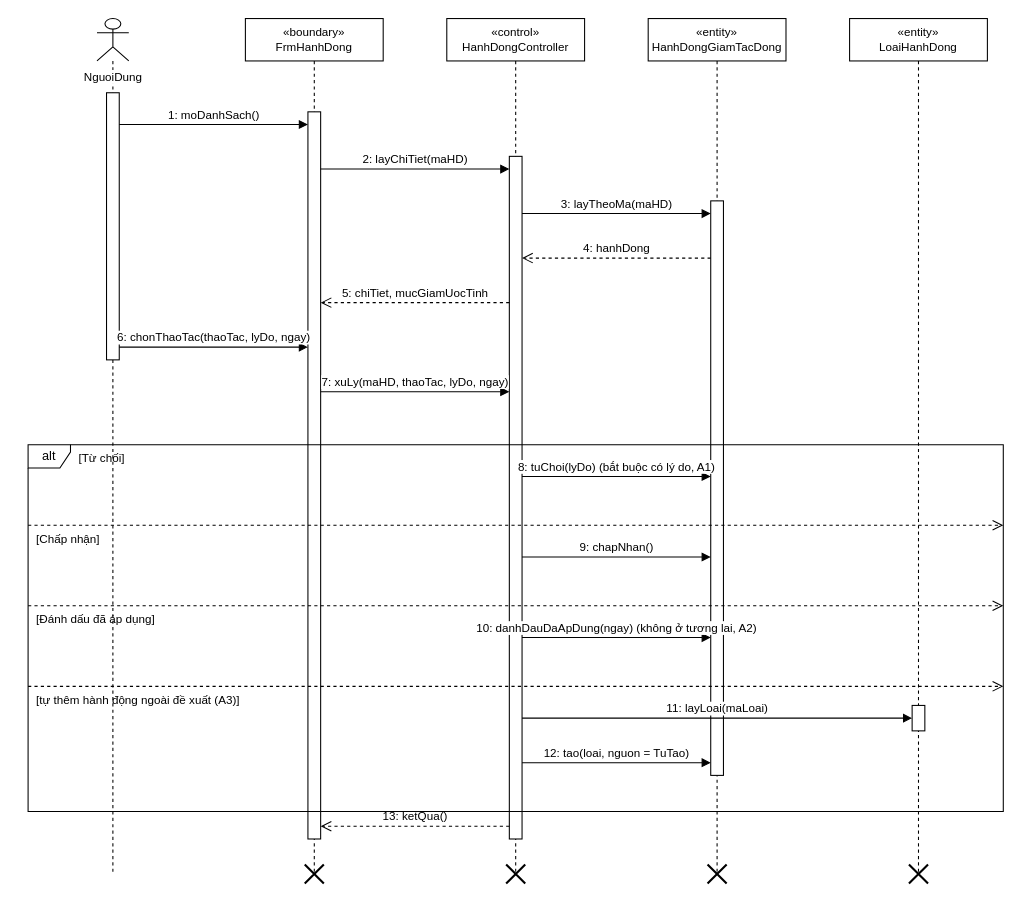
Above: docs/diagrams/03_TuanTu/UC_GD_018_Sequence_QuanLyHanhDong.drawio in TranThienNhan8279/GreenDash (draw.io), before the change. Source tidied: cells renumbered, new cells numbered last; positions are measured from the earlier drawing's top-left corner, leaving out a move shared by most shapes. Both pictures are drawn from the tidied source at 106%, with x=0, y=0 at pixel (28, 18).
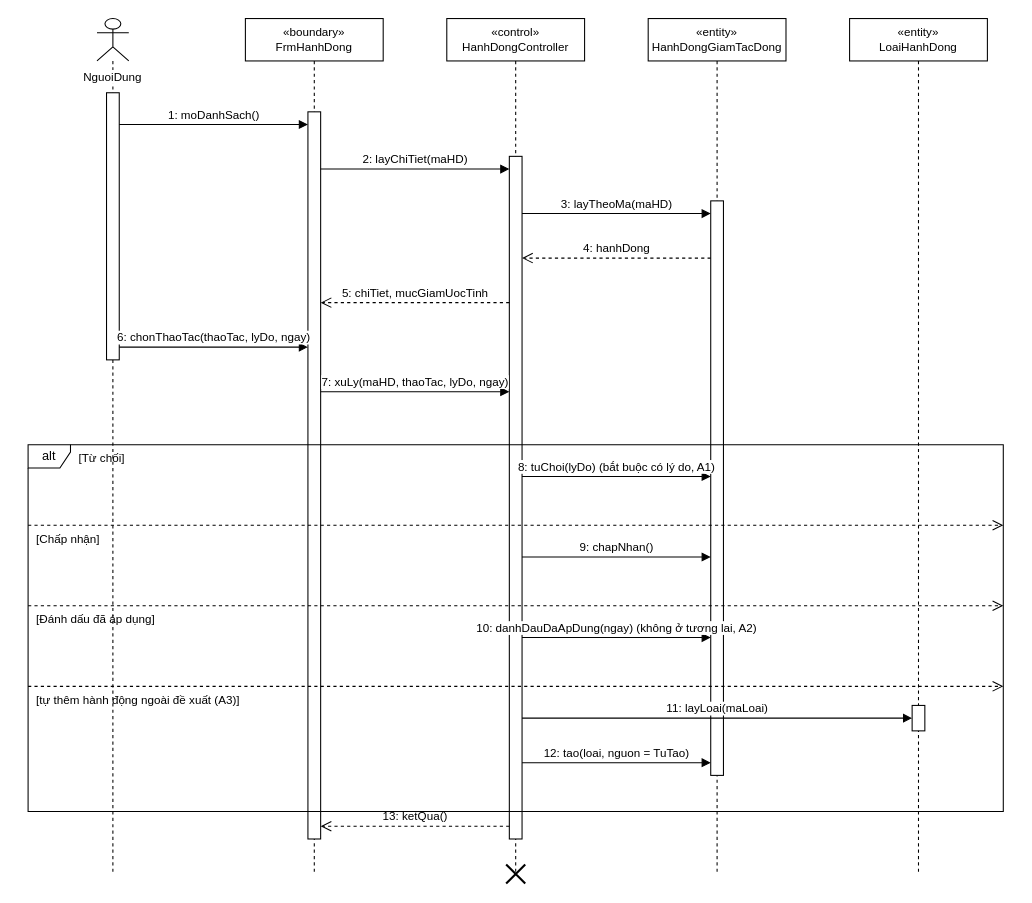
The same diagram, later.

Diff of the diagram source:
```diff
@@
-    <mxCell id="2" value="NguoiDung" style="shape=umlLifeline;participant=umlActor;verticalAlign=top;spacingTop=42;labelBackgroundColor=#ffffff;perimeter=lifelinePerimeter;whiteSpace=nowrap;html=1;fontSize=11;" parent="1" vertex="1">
+    <mxCell id="2" value="NguoiDung" style="shape=umlLifeline;participant=umlActor;verticalAlign=top;spacingTop=42;labelBackgroundColor=#ffffff;perimeter=lifelinePerimeter;whiteSpace=wrap;html=1;fontSize=11;" parent="1" vertex="1">
       <mxGeometry x="65" width="30" height="807" as="geometry" />
     </mxCell>
@@
-    <mxCell id="9" style="shape=umlDestroy;html=1;strokeWidth=2;strokeColor=#000000;" parent="1" vertex="1">
-      <mxGeometry x="261" y="798" width="18" height="18" as="geometry" />
-    </mxCell>
@@
-    <mxCell id="13" style="shape=umlDestroy;html=1;strokeWidth=2;strokeColor=#000000;" parent="1" vertex="1">
-      <mxGeometry x="641" y="798" width="18" height="18" as="geometry" />
-    </mxCell>
@@
-    <mxCell id="15" style="shape=umlDestroy;html=1;strokeWidth=2;strokeColor=#000000;" parent="1" vertex="1">
-      <mxGeometry x="831" y="798" width="18" height="18" as="geometry" />
-    </mxCell>
```
